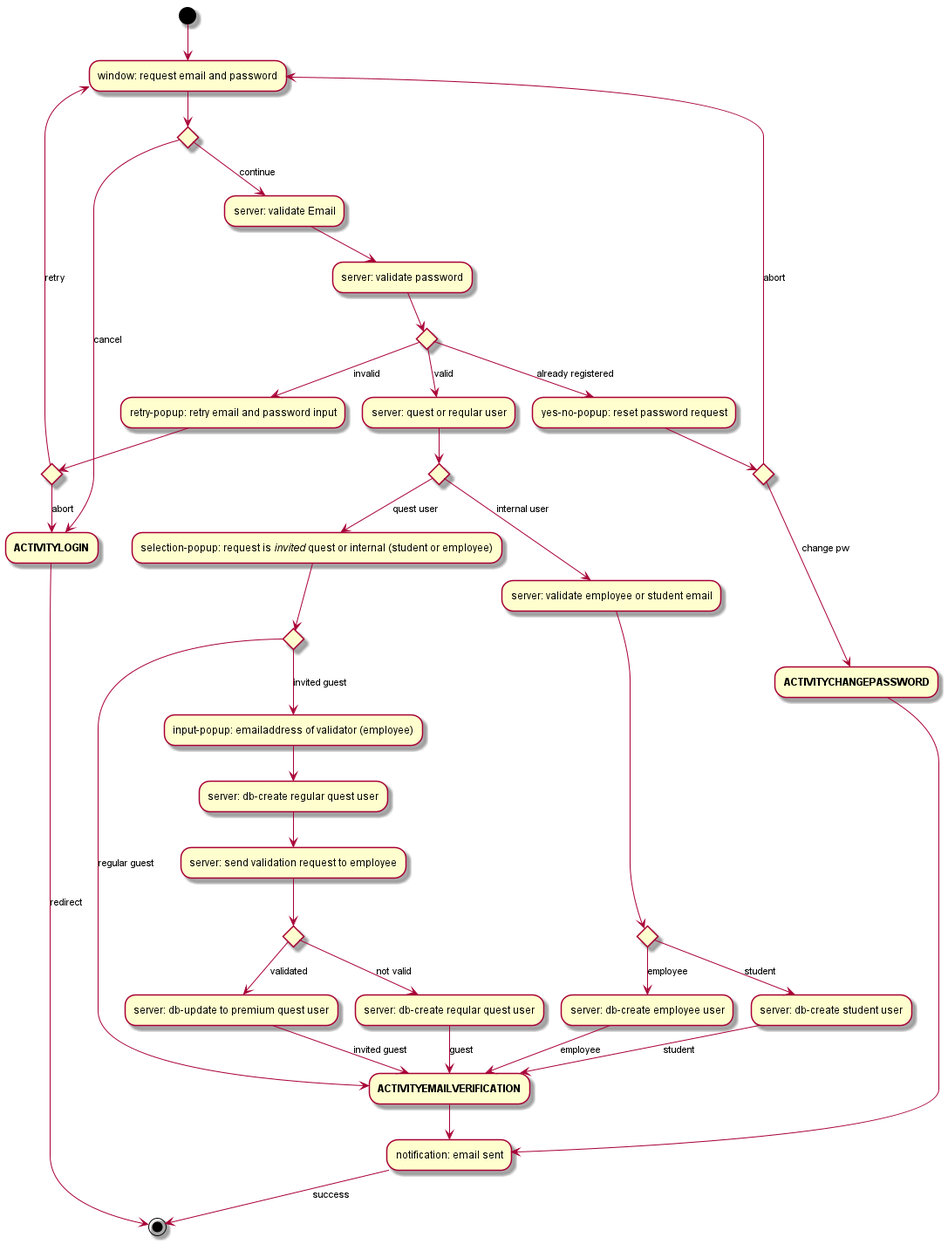
Above: docs/architecture/activity_diagrams/security/ACTIVITYREGISTER.png in 0K5/campusfinder (PlantUML), before the change. Its diagram source:
```plantuml
@startuml
(*)  --> "window: request email and password"
if "" then
--> [cancel] "**ACTIVITYLOGIN**"
--> [redirect] (*)
else
--> [continue] "server: validate Email"
--> "server: validate password"
if "" then
    --> [valid] "server: quest or reqular user"
    if "" then
        --> [quest user] "selection-popup: request is //invited// quest or internal (student or employee)"
        if "" then
            --> [invited guest] "input-popup: emailaddress of validator (employee)"
            --> "server: db-create regular quest user"
            --> "server: send validation request to employee"
            if "" then
                --> [validated] "server: db-update to premium quest user"
                --> [invited guest] "**ACTIVITYEMAILVERIFICATION**"
            else
                --> [not valid] "server: db-create reqular quest user"
                --> [guest] "**ACTIVITYEMAILVERIFICATION**"
            Endif
        else
            --> [regular guest] "**ACTIVITYEMAILVERIFICATION**"
            --> "notification: email sent"
            --> [success] (*)
        Endif
    else
        --> [internal user] "server: validate employee or student email"
        if "" then
            --> [student] "server: db-create student user"
            --> [student] "**ACTIVITYEMAILVERIFICATION**"
        else
            --> [employee] "server: db-create employee user"
            --> [employee] "**ACTIVITYEMAILVERIFICATION**"
        Endif
    Endif
else
    --> [invalid] "retry-popup: retry email and password input"
    if "" then
        --> [abort] "**ACTIVITYLOGIN**"
    else
        --> [retry] "window: request email and password"
    Endif
else
    --> [already registered] "yes-no-popup: reset password request"
    if "" then
        --> [change pw] "**ACTIVITYCHANGEPASSWORD**"
        --> "notification: email sent"
    else
        --> [abort] "window: request email and password"
    Endif
Endif
Endif
@enduml
```
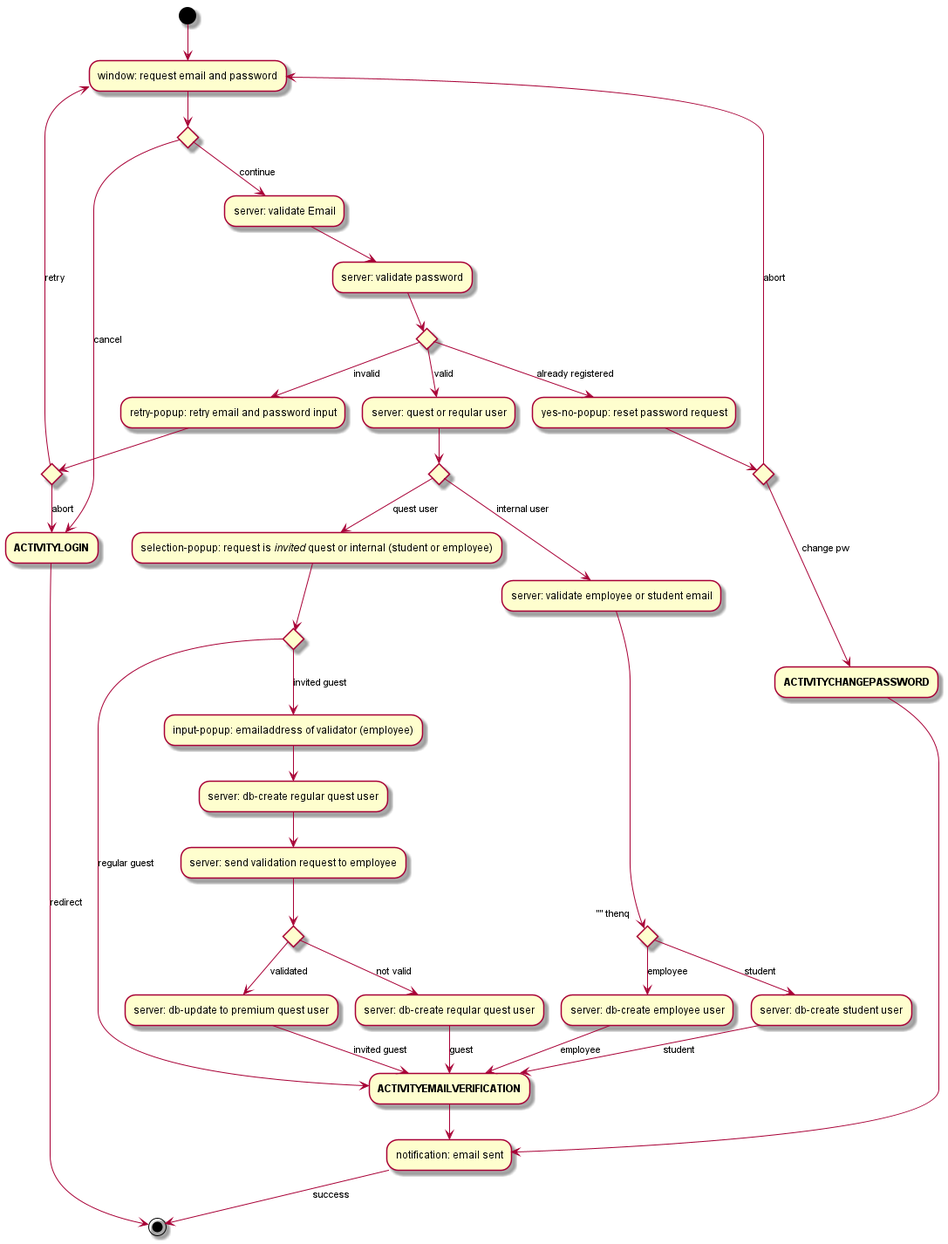
Above is the later version.

What changed in the source:
```diff
@@ -28,7 +28,7 @@
         Endif
     else
         --> [internal user] "server: validate employee or student email"
-        if "" then
+        if "" thenq
             --> [student] "server: db-create student user"
             --> [student] "**ACTIVITYEMAILVERIFICATION**"
         else
```
